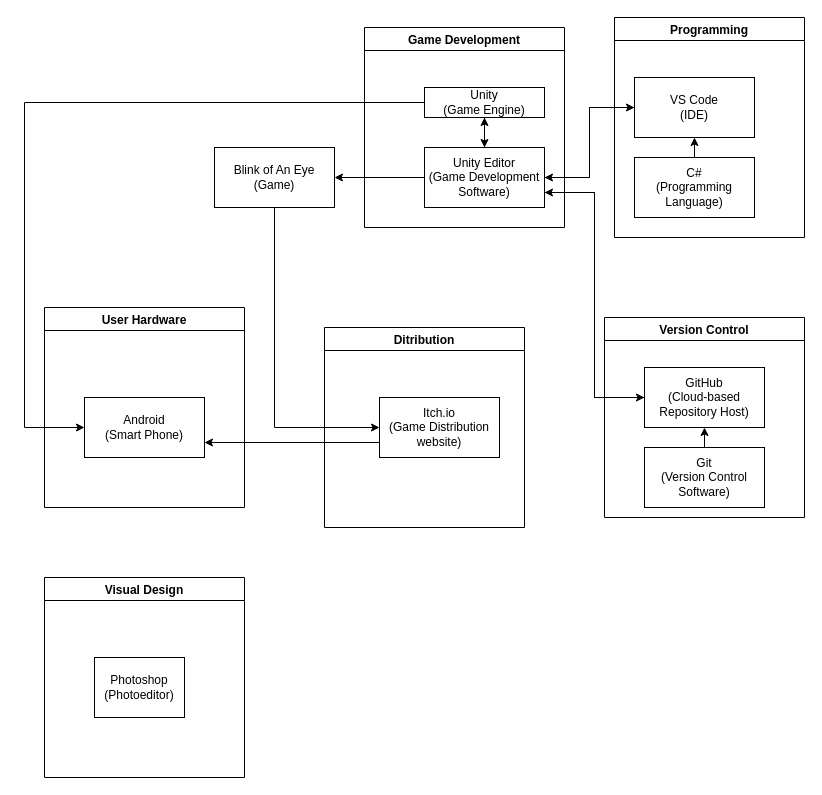
This is page "Sprint 1 Architecture Diagram" (4 of 4) of WakeUpRPG.drawio from cs-utulsa/Wake-Up-RPG, a draw.io file, before an edit. Source tidied: cells renumbered, new cells numbered last; positions are measured from the earlier drawing's top-left corner, leaving out a move shared by most shapes. Both pictures are drawn from the tidied source at 100%, with x=0, y=0 at pixel (24, 17).
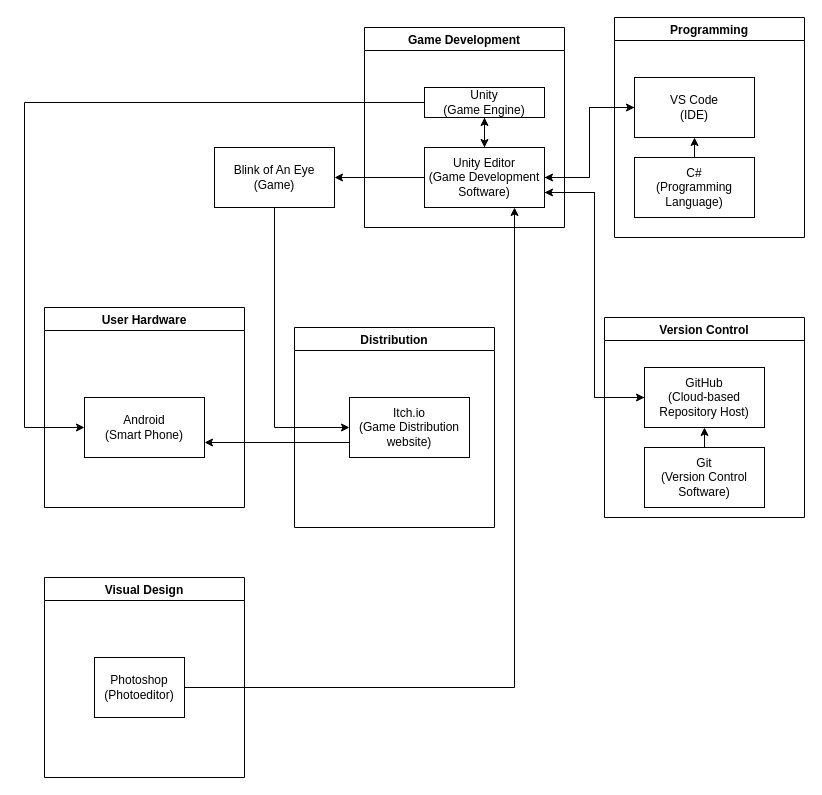
The same diagram, later.

Unchanged cells that the change refers to:
```xml
<mxCell id="10" value="Unity Editor&lt;br&gt;(Game Development Software)" style="rounded=0;whiteSpace=wrap;html=1;" parent="6" vertex="1">
  <mxGeometry x="60" y="120" width="120" height="60" as="geometry" />
</mxCell>
<mxCell id="29" value="Photoshop&lt;br&gt;(Photoeditor)" style="rounded=0;whiteSpace=wrap;html=1;" parent="28" vertex="1">
  <mxGeometry x="50" y="80" width="90" height="60" as="geometry" />
</mxCell>
```

What changed in the source:
```diff
@@
-    <mxCell id="19" value="Ditribution" style="swimlane;" parent="1" vertex="1">
-      <mxGeometry x="300" y="310" width="200" height="200" as="geometry" />
+    <mxCell id="19" value="Distribution" style="swimlane;" parent="1" vertex="1">
+      <mxGeometry x="270" y="310" width="200" height="200" as="geometry" />
     </mxCell>
@@
+    <mxCell id="30" style="edgeStyle=orthogonalEdgeStyle;rounded=0;jettySize=auto;html=1;entryX=0.75;entryY=1;entryDx=0;entryDy=0;" parent="1" edge="1" source="29" target="10">
+      <mxGeometry relative="1" as="geometry" />
+    </mxCell>
```
